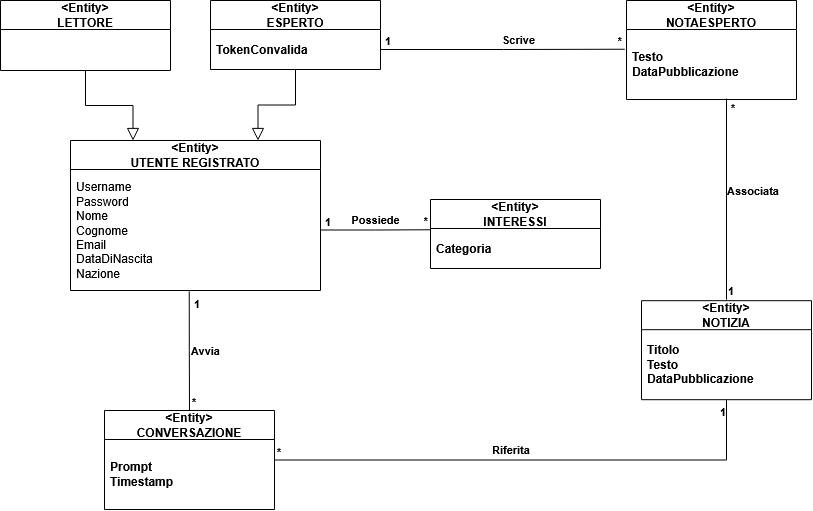
This is docs/diagrams_src/RAD_Diagrams/ClassDiagram.png from AndreaRainone/FARIS, a draw.io export, as it was before one commit. Source tidied: cells renumbered, new cells last; positions are measured from the earlier drawing's top-left corner, leaving out a move shared by most shapes.
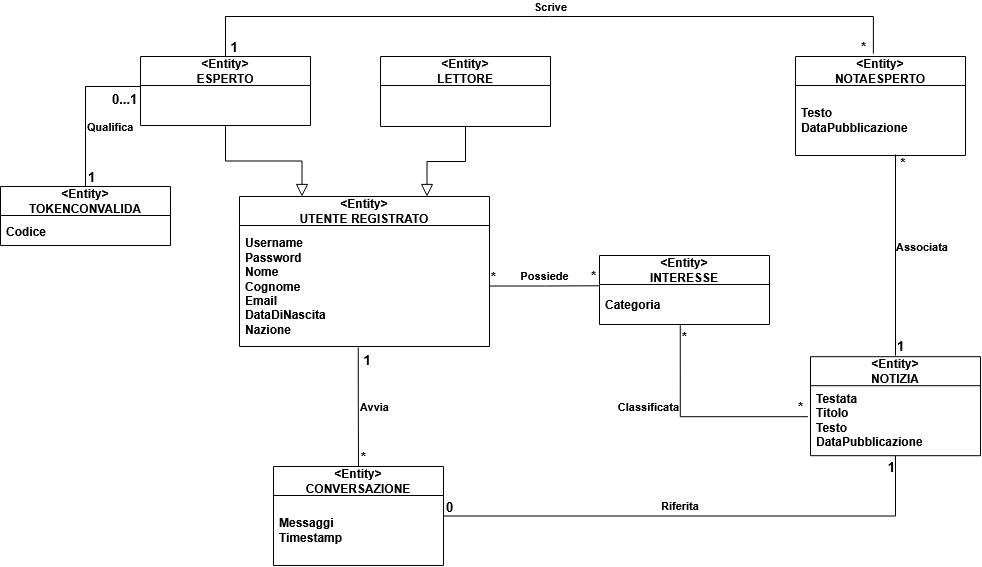
Later version of the same file.

Diff of the diagram source:
```diff
@@ -2,28 +2,25 @@
   <root>
     <mxCell id="0" />
     <mxCell id="1" parent="0" />
-    <mxCell id="2" style="edgeStyle=orthogonalEdgeStyle;rounded=0;jettySize=auto;html=1;defaultLabelBackgroundColor=page;endArrow=block;endFill=0;exitX=0.5;exitY=1;exitDx=0;exitDy=0;entryX=0.75;entryY=0;entryDx=0;entryDy=0;startSize=10;endSize=10;" parent="1" edge="1" source="7" target="3">
+    <mxCell id="2" style="edgeStyle=orthogonalEdgeStyle;rounded=0;jettySize=auto;html=1;defaultLabelBackgroundColor=page;endArrow=block;endFill=0;exitX=0.5;exitY=1;exitDx=0;exitDy=0;startSize=10;endSize=10;entryX=0.25;entryY=0;entryDx=0;entryDy=0;" parent="1" edge="1" source="7" target="3">
       <mxGeometry relative="1" as="geometry" />
     </mxCell>
     <mxCell id="3" value="&amp;lt;Entity&amp;gt;&lt;br&gt;UTENTE REGISTRATO" style="swimlane;fontStyle=1;align=center;verticalAlign=middle;horizontal=1;startSize=29;html=1;whiteSpace=wrap;" parent="1" vertex="1">
       <mxGeometry x="70" y="140" width="250" height="150" as="geometry" />
     </mxCell>
-    <mxCell id="4" value="&lt;div&gt;Username&lt;/div&gt;&lt;div&gt;Password&lt;br&gt;Nome&lt;/div&gt;&lt;div&gt;Cognome&lt;/div&gt;&lt;div&gt;Email&lt;/div&gt;&lt;div&gt;DataDiNascita&lt;/div&gt;&lt;div&gt;Nazione&lt;/div&gt;" style="text;html=1;strokeColor=none;fillColor=none;align=left;verticalAlign=middle;spacingLeft=4;spacingRight=4;overflow=hidden;points=[[0,0.5],[1,0.5]];portConstraint=eastwest;whiteSpace=wrap;" parent="3" vertex="1">
+    <mxCell id="4" value="&lt;div&gt;&lt;b&gt;Username&lt;/b&gt;&lt;/div&gt;&lt;div&gt;&lt;b&gt;Password&lt;br&gt;Nome&lt;/b&gt;&lt;/div&gt;&lt;div&gt;&lt;b&gt;Cognome&lt;/b&gt;&lt;/div&gt;&lt;div&gt;&lt;b&gt;Email&lt;/b&gt;&lt;/div&gt;&lt;div&gt;&lt;b&gt;DataDiNascita&lt;/b&gt;&lt;/div&gt;&lt;div&gt;&lt;b&gt;Nazione&lt;/b&gt;&lt;/div&gt;" style="text;html=1;strokeColor=none;fillColor=none;align=left;verticalAlign=middle;spacingLeft=4;spacingRight=4;overflow=hidden;points=[[0,0.5],[1,0.5]];portConstraint=eastwest;whiteSpace=wrap;" parent="3" vertex="1">
       <mxGeometry y="29" width="250" height="121" as="geometry" />
     </mxCell>
-    <mxCell id="5" style="edgeStyle=orthogonalEdgeStyle;rounded=0;jettySize=auto;html=1;entryX=0.25;entryY=0;entryDx=0;entryDy=0;defaultLabelBackgroundColor=page;endArrow=block;endFill=0;startSize=10;endSize=10;" parent="1" edge="1" source="6" target="3">
+    <mxCell id="5" style="edgeStyle=orthogonalEdgeStyle;rounded=0;jettySize=auto;html=1;defaultLabelBackgroundColor=page;endArrow=block;endFill=0;startSize=10;endSize=10;entryX=0.75;entryY=0;entryDx=0;entryDy=0;" parent="1" edge="1" source="6" target="3">
       <mxGeometry relative="1" as="geometry" />
     </mxCell>
     <mxCell id="6" value="&amp;lt;Entity&amp;gt;&lt;br&gt;LETTORE" style="swimlane;fontStyle=1;align=center;verticalAlign=middle;horizontal=1;startSize=29;html=1;whiteSpace=wrap;" parent="1" vertex="1">
-      <mxGeometry width="170" height="70" as="geometry" />
+      <mxGeometry x="211" width="170" height="70" as="geometry" />
     </mxCell>
     <mxCell id="7" value="&amp;lt;Entity&amp;gt;&lt;br&gt;ESPERTO" style="swimlane;fontStyle=1;align=center;verticalAlign=middle;horizontal=1;startSize=29;html=1;whiteSpace=wrap;" parent="1" vertex="1">
-      <mxGeometry x="210" width="170" height="69" as="geometry" />
+      <mxGeometry x="-29" width="170" height="69" as="geometry" />
     </mxCell>
-    <mxCell id="8" value="TokenConvalida" style="text;html=1;strokeColor=none;fillColor=none;align=left;verticalAlign=middle;spacingLeft=4;spacingRight=4;overflow=hidden;points=[[0,0.5],[1,0.5]];portConstraint=eastwest;whiteSpace=wrap;fontStyle=1;" parent="7" vertex="1">
-      <mxGeometry y="29" width="170" height="40" as="geometry" />
-    </mxCell>
-    <mxCell id="9" value="&amp;lt;Entity&amp;gt;&lt;br&gt;INTERESSI" style="swimlane;fontStyle=1;align=center;verticalAlign=middle;horizontal=1;startSize=29;html=1;whiteSpace=wrap;" parent="1" vertex="1">
+    <mxCell id="9" value="&amp;lt;Entity&amp;gt;&lt;br&gt;INTERESSE" style="swimlane;fontStyle=1;align=center;verticalAlign=middle;horizontal=1;startSize=29;html=1;whiteSpace=wrap;" parent="1" vertex="1">
       <mxGeometry x="430" y="199" width="170" height="69" as="geometry" />
     </mxCell>
     <mxCell id="10" value="Categoria" style="text;html=1;strokeColor=none;fillColor=none;align=left;verticalAlign=middle;spacingLeft=4;spacingRight=4;overflow=hidden;points=[[0,0.5],[1,0.5]];portConstraint=eastwest;whiteSpace=wrap;fontStyle=1;" parent="9" vertex="1">
@@ -38,42 +35,49 @@
     <mxCell id="13" value="&amp;lt;Entity&amp;gt;&lt;br&gt;CONVERSAZIONE" style="swimlane;fontStyle=1;align=center;verticalAlign=middle;horizontal=1;startSize=29;html=1;whiteSpace=wrap;" parent="1" vertex="1">
       <mxGeometry x="104" y="410" width="170" height="99" as="geometry" />
     </mxCell>
-    <mxCell id="14" value="Prompt&lt;div&gt;Timestamp&lt;/div&gt;" style="text;html=1;strokeColor=none;fillColor=none;align=left;verticalAlign=middle;spacingLeft=4;spacingRight=4;overflow=hidden;whiteSpace=wrap;fontStyle=1;" parent="13" vertex="1">
+    <mxCell id="14" value="Messaggi&lt;div&gt;Timestamp&lt;/div&gt;" style="text;html=1;strokeColor=none;fillColor=none;align=left;verticalAlign=middle;spacingLeft=4;spacingRight=4;overflow=hidden;whiteSpace=wrap;fontStyle=1;" parent="13" vertex="1">
       <mxGeometry y="29" width="170" height="70" as="geometry" />
     </mxCell>
     <mxCell id="15" value="&amp;lt;Entity&amp;gt;&lt;br&gt;NOTIZIA" style="swimlane;fontStyle=1;align=center;verticalAlign=middle;horizontal=1;startSize=29;html=1;whiteSpace=wrap;" parent="1" vertex="1">
       <mxGeometry x="641" y="300.2" width="170" height="99" as="geometry" />
     </mxCell>
-    <mxCell id="16" value="&lt;div&gt;Titolo&lt;br&gt;Testo&lt;br&gt;DataPubblicazione&lt;/div&gt;" style="text;html=1;strokeColor=none;fillColor=none;align=left;verticalAlign=middle;spacingLeft=4;spacingRight=4;overflow=hidden;points=[[0,0.5],[1,0.5]];portConstraint=eastwest;whiteSpace=wrap;fontStyle=1;" parent="15" vertex="1">
+    <mxCell id="16" value="&lt;div&gt;Testata&lt;br&gt;Titolo&lt;br&gt;Testo&lt;br&gt;DataPubblicazione&lt;/div&gt;" style="text;html=1;strokeColor=none;fillColor=none;align=left;verticalAlign=middle;spacingLeft=4;spacingRight=4;overflow=hidden;points=[[0,0.5],[1,0.5]];portConstraint=eastwest;whiteSpace=wrap;fontStyle=1;" parent="15" vertex="1">
       <mxGeometry y="29" width="170" height="70" as="geometry" />
     </mxCell>
     <mxCell id="17" value="Possiede" style="endArrow=none;html=1;endSize=12;startArrow=none;startSize=14;startFill=0;edgeStyle=orthogonalEdgeStyle;rounded=0;defaultLabelBackgroundColor=page;endFill=0;verticalAlign=bottom;entryX=0.002;entryY=0.032;entryDx=0;entryDy=0;entryPerimeter=0;fontStyle=1;" parent="1" edge="1" source="4" target="10">
       <mxGeometry relative="1" as="geometry" />
     </mxCell>
-    <mxCell id="18" value="&amp;nbsp;1" style="edgeLabel;html=1;align=left;verticalAlign=bottom;inheritText=1;fontStyle=1;defaultLabelBackgroundColor=page;" parent="17" vertex="1">
+    <mxCell id="18" value="*" style="edgeLabel;html=1;align=left;verticalAlign=bottom;inheritText=fontFamily,fontColor,textOpacity,labelBorderColor,labelBorderWidth,labelBackgroundColor,defaultLabelBackgroundColor,labelPadding;fontStyle=1;defaultLabelBackgroundColor=page;fontSize=13;" parent="17" vertex="1">
       <mxGeometry x="-1" relative="1" as="geometry" />
     </mxCell>
-    <mxCell id="19" value="*&amp;nbsp;" style="edgeLabel;html=1;align=right;verticalAlign=bottom;inheritText=fontFamily,fontSize,fontColor,fontStyle,textOpacity,labelBorderColor,labelBorderWidth,labelPadding;labelBackgroundColor=default;defaultLabelBackgroundColor=page;fontStyle=1;" parent="17" vertex="1">
+    <mxCell id="19" value="*&amp;nbsp;" style="edgeLabel;html=1;align=right;verticalAlign=bottom;inheritText=fontFamily,fontColor,textOpacity,labelBorderColor,labelBorderWidth,labelPadding;labelBackgroundColor=default;defaultLabelBackgroundColor=page;fontStyle=1;fontSize=13;" parent="17" vertex="1">
       <mxGeometry x="1" relative="1" as="geometry" />
     </mxCell>
-    <mxCell id="20" value="Scrive" style="endArrow=none;html=1;endSize=12;startArrow=none;startSize=14;startFill=0;edgeStyle=orthogonalEdgeStyle;rounded=0;defaultLabelBackgroundColor=page;endFill=0;verticalAlign=bottom;entryX=-0.01;entryY=0.282;entryDx=0;entryDy=0;entryPerimeter=0;labelPosition=center;verticalLabelPosition=middle;align=center;fontStyle=1;" parent="1" edge="1" source="8" target="12">
-      <mxGeometry x="0.13" relative="1" as="geometry" />
+    <mxCell id="20" value="Scrive" style="endArrow=none;html=1;endSize=12;startArrow=none;startSize=14;startFill=0;edgeStyle=orthogonalEdgeStyle;rounded=0;defaultLabelBackgroundColor=page;endFill=0;verticalAlign=bottom;entryX=0.458;entryY=-0.028;entryDx=0;entryDy=0;entryPerimeter=0;labelPosition=center;verticalLabelPosition=middle;align=center;fontStyle=1;exitX=0.5;exitY=0;exitDx=0;exitDy=0;" parent="1" edge="1" source="7" target="11">
+      <mxGeometry x="0.01" relative="1" as="geometry">
+        <Array as="points">
+          <mxPoint x="56" y="-40" />
+          <mxPoint x="703.9" y="-40" />
+        </Array>
+      </mxGeometry>
     </mxCell>
-    <mxCell id="21" value="&amp;nbsp;1" style="edgeLabel;html=1;align=left;verticalAlign=bottom;inheritText=1;fontStyle=1;defaultLabelBackgroundColor=page;" parent="20" vertex="1">
+    <mxCell id="21" value="&amp;nbsp;1" style="edgeLabel;html=1;align=left;verticalAlign=bottom;inheritText=fontFamily,fontColor,textOpacity,labelBorderColor,labelBorderWidth,labelBackgroundColor,defaultLabelBackgroundColor,labelPadding;fontStyle=1;defaultLabelBackgroundColor=page;fontSize=13;" parent="20" vertex="1">
       <mxGeometry x="-1" relative="1" as="geometry" />
     </mxCell>
-    <mxCell id="22" value="*&amp;nbsp;" style="edgeLabel;html=1;align=right;verticalAlign=bottom;inheritText=fontFamily,fontSize,fontColor,fontStyle,textOpacity,labelBorderColor,labelBorderWidth,labelPadding;labelBackgroundColor=default;defaultLabelBackgroundColor=page;fontStyle=1;" parent="20" vertex="1">
-      <mxGeometry x="1" relative="1" as="geometry" />
+    <mxCell id="22" value="*&amp;nbsp;" style="edgeLabel;html=1;align=right;verticalAlign=bottom;inheritText=fontFamily,fontColor,textOpacity,labelBorderColor,labelBorderWidth,labelPadding;labelBackgroundColor=default;defaultLabelBackgroundColor=page;fontStyle=1;fontSize=13;" parent="20" vertex="1">
+      <mxGeometry x="0.68" relative="1" as="geometry">
+        <mxPoint x="75" y="40" as="offset" />
+      </mxGeometry>
     </mxCell>
     <mxCell id="23" value="Avvia" style="endArrow=none;html=1;endSize=12;startArrow=none;startSize=14;startFill=0;edgeStyle=orthogonalEdgeStyle;rounded=0;defaultLabelBackgroundColor=page;endFill=0;verticalAlign=bottom;entryX=0.5;entryY=0;entryDx=0;entryDy=0;fontStyle=1;exitX=0.475;exitY=1.007;exitDx=0;exitDy=0;labelPosition=right;verticalLabelPosition=middle;align=left;exitPerimeter=0;" parent="1" edge="1" source="4" target="13">
       <mxGeometry x="0.16" relative="1" as="geometry" />
     </mxCell>
-    <mxCell id="24" value="&amp;nbsp;1" style="edgeLabel;html=1;align=left;verticalAlign=top;inheritText=1;fontStyle=1;defaultLabelBackgroundColor=page;" parent="23" vertex="1">
+    <mxCell id="24" value="&amp;nbsp;1" style="edgeLabel;html=1;align=left;verticalAlign=top;inheritText=fontFamily,fontColor,textOpacity,labelBorderColor,labelBorderWidth,labelBackgroundColor,defaultLabelBackgroundColor,labelPadding;fontStyle=1;defaultLabelBackgroundColor=page;fontSize=13;" parent="23" vertex="1">
       <mxGeometry x="-1" relative="1" as="geometry">
         <mxPoint y="-1" as="offset" />
       </mxGeometry>
     </mxCell>
-    <mxCell id="25" value="*&amp;nbsp;" style="edgeLabel;html=1;align=left;verticalAlign=bottom;inheritText=fontFamily,fontSize,fontColor,fontStyle,textOpacity,labelBorderColor,labelBorderWidth,labelPadding;labelBackgroundColor=default;defaultLabelBackgroundColor=page;fontStyle=1;labelPosition=right;verticalLabelPosition=middle;labelPerimeter=1;" parent="23" vertex="1">
+    <mxCell id="25" value="*&amp;nbsp;" style="edgeLabel;html=1;align=left;verticalAlign=bottom;inheritText=fontFamily,fontColor,textOpacity,labelBorderColor,labelBorderWidth,labelPadding;labelBackgroundColor=default;defaultLabelBackgroundColor=page;fontStyle=1;labelPosition=right;verticalLabelPosition=middle;labelPerimeter=1;fontSize=13;" parent="23" vertex="1">
       <mxGeometry x="1" relative="1" as="geometry">
         <mxPoint x="1" as="offset" />
       </mxGeometry>
@@ -84,26 +88,61 @@
         <mxPoint x="726" y="299.2" as="targetPoint" />
       </mxGeometry>
     </mxCell>
-    <mxCell id="27" value="&amp;nbsp;*" style="edgeLabel;html=1;align=left;verticalAlign=bottom;inheritText=1;fontStyle=1;defaultLabelBackgroundColor=page;" parent="26" vertex="1">
+    <mxCell id="27" value="&amp;nbsp;*" style="edgeLabel;html=1;align=left;verticalAlign=bottom;inheritText=fontFamily,fontColor,textOpacity,labelBorderColor,labelBorderWidth,labelBackgroundColor,defaultLabelBackgroundColor,labelPadding;fontStyle=1;defaultLabelBackgroundColor=page;fontSize=13;" parent="26" vertex="1">
       <mxGeometry x="0.35" relative="1" as="geometry">
         <mxPoint y="-118" as="offset" />
       </mxGeometry>
     </mxCell>
-    <mxCell id="28" value="1" style="edgeLabel;html=1;align=left;verticalAlign=bottom;inheritText=fontFamily,fontSize,fontColor,fontStyle,textOpacity,labelBorderColor,labelBorderWidth,labelPadding;labelBackgroundColor=default;defaultLabelBackgroundColor=page;fontStyle=1;labelPosition=right;verticalLabelPosition=middle;labelPerimeter=1;" parent="26" vertex="1">
+    <mxCell id="28" value="1" style="edgeLabel;html=1;align=left;verticalAlign=bottom;inheritText=fontFamily,fontColor,textOpacity,labelBorderColor,labelBorderWidth,labelPadding;labelBackgroundColor=default;defaultLabelBackgroundColor=page;fontStyle=1;labelPosition=right;verticalLabelPosition=middle;labelPerimeter=1;fontSize=13;" parent="26" vertex="1">
       <mxGeometry x="1" relative="1" as="geometry" />
     </mxCell>
     <mxCell id="29" value="Riferita" style="endArrow=none;html=1;endSize=12;startArrow=none;startSize=14;startFill=0;edgeStyle=orthogonalEdgeStyle;rounded=0;defaultLabelBackgroundColor=page;endFill=0;verticalAlign=bottom;entryX=1;entryY=0.5;entryDx=0;entryDy=0;fontStyle=1;exitX=0.5;exitY=1;exitDx=0;exitDy=0;labelPosition=right;verticalLabelPosition=middle;align=left;" parent="1" edge="1" source="15" target="13">
       <mxGeometry x="0.16" relative="1" as="geometry" />
     </mxCell>
-    <mxCell id="30" value="1" style="edgeLabel;html=1;align=right;verticalAlign=middle;inheritText=1;fontStyle=1;defaultLabelBackgroundColor=page;labelPosition=left;verticalLabelPosition=middle;labelPerimeter=1;" parent="29" vertex="1">
+    <mxCell id="30" value="1" style="edgeLabel;html=1;align=right;verticalAlign=middle;inheritText=fontFamily,fontColor,textOpacity,labelBorderColor,labelBorderWidth,labelBackgroundColor,defaultLabelBackgroundColor,labelPadding;fontStyle=1;defaultLabelBackgroundColor=page;labelPosition=left;verticalLabelPosition=middle;labelPerimeter=1;fontSize=13;" parent="29" vertex="1">
       <mxGeometry x="-1" relative="1" as="geometry">
         <mxPoint y="11" as="offset" />
       </mxGeometry>
     </mxCell>
-    <mxCell id="31" value="*&amp;nbsp;" style="edgeLabel;html=1;align=left;verticalAlign=bottom;inheritText=fontFamily,fontSize,fontColor,fontStyle,textOpacity,labelBorderColor,labelBorderWidth,labelPadding;labelBackgroundColor=default;defaultLabelBackgroundColor=page;fontStyle=1;labelPosition=right;verticalLabelPosition=middle;labelPerimeter=1;" parent="29" vertex="1">
+    <mxCell id="31" value="0" style="edgeLabel;html=1;align=left;verticalAlign=bottom;inheritText=fontFamily,fontColor,textOpacity,labelBorderColor,labelBorderWidth,labelPadding;labelBackgroundColor=default;defaultLabelBackgroundColor=page;fontStyle=1;labelPosition=right;verticalLabelPosition=middle;labelPerimeter=1;fontSize=13;" parent="29" vertex="1">
       <mxGeometry x="1" relative="1" as="geometry">
         <mxPoint x="1" as="offset" />
       </mxGeometry>
     </mxCell>
+    <mxCell id="32" value="&amp;lt;Entity&amp;gt;&lt;br&gt;TOKENCONVALIDA" style="swimlane;fontStyle=1;align=center;verticalAlign=middle;horizontal=1;startSize=29;html=1;whiteSpace=wrap;" parent="1" vertex="1">
+      <mxGeometry x="-169" y="130" width="170" height="59" as="geometry" />
+    </mxCell>
+    <mxCell id="33" value="&lt;b&gt;Codice&lt;/b&gt;" style="text;html=1;strokeColor=none;fillColor=none;align=left;verticalAlign=middle;spacingLeft=4;spacingRight=4;overflow=hidden;whiteSpace=wrap;" parent="1" vertex="1">
+      <mxGeometry x="-169" y="160" width="170" height="29" as="geometry" />
+    </mxCell>
+    <mxCell id="34" value="Qualifica" style="endArrow=none;html=1;endSize=12;startArrow=none;startSize=14;startFill=0;edgeStyle=orthogonalEdgeStyle;rounded=0;defaultLabelBackgroundColor=page;endFill=0;verticalAlign=bottom;entryX=0.5;entryY=0;entryDx=0;entryDy=0;fontStyle=1;labelPosition=right;verticalLabelPosition=middle;align=left;" parent="1" edge="1" target="32">
+      <mxGeometry x="0.35" relative="1" as="geometry">
+        <mxPoint x="-29" y="30" as="sourcePoint" />
+        <Array as="points">
+          <mxPoint x="-84" y="30" />
+        </Array>
+      </mxGeometry>
+    </mxCell>
+    <mxCell id="35" value="0...1" style="edgeLabel;html=1;align=left;verticalAlign=top;inheritText=fontFamily,fontColor,textOpacity,labelBorderColor,labelBorderWidth,labelBackgroundColor,defaultLabelBackgroundColor,labelPadding;fontStyle=1;defaultLabelBackgroundColor=page;fontSize=13;" parent="34" vertex="1">
+      <mxGeometry x="-1" relative="1" as="geometry">
+        <mxPoint x="-30" y="-1" as="offset" />
+      </mxGeometry>
+    </mxCell>
+    <mxCell id="36" value="1" style="edgeLabel;html=1;align=left;verticalAlign=bottom;inheritText=fontFamily,fontColor,textOpacity,labelBorderColor,labelBorderWidth,labelPadding;labelBackgroundColor=default;defaultLabelBackgroundColor=page;fontStyle=1;labelPosition=right;verticalLabelPosition=middle;labelPerimeter=1;fontSize=13;" parent="34" vertex="1">
+      <mxGeometry x="1" relative="1" as="geometry">
+        <mxPoint x="1" as="offset" />
+      </mxGeometry>
+    </mxCell>
+    <mxCell id="37" value="Classificata" style="endArrow=none;html=1;endSize=12;startArrow=none;startSize=14;startFill=0;edgeStyle=orthogonalEdgeStyle;rounded=0;defaultLabelBackgroundColor=page;endFill=0;verticalAlign=middle;entryX=-0.015;entryY=0.443;entryDx=0;entryDy=0;entryPerimeter=0;fontStyle=1;exitX=0.475;exitY=1.016;exitDx=0;exitDy=0;exitPerimeter=0;labelPosition=left;verticalLabelPosition=middle;align=right;" parent="1" edge="1" source="10" target="16">
+      <mxGeometry x="-0.26" relative="1" as="geometry" />
+    </mxCell>
+    <mxCell id="38" value="*" style="edgeLabel;html=1;align=left;verticalAlign=bottom;inheritText=fontFamily,fontColor,textOpacity,labelBorderColor,labelBorderWidth,labelBackgroundColor,defaultLabelBackgroundColor,labelPadding;fontStyle=1;defaultLabelBackgroundColor=page;fontSize=13;" parent="37" vertex="1">
+      <mxGeometry x="-1" relative="1" as="geometry">
+        <mxPoint y="21" as="offset" />
+      </mxGeometry>
+    </mxCell>
+    <mxCell id="39" value="*&amp;nbsp;" style="edgeLabel;html=1;align=right;verticalAlign=bottom;inheritText=fontFamily,fontColor,textOpacity,labelBorderColor,labelBorderWidth,labelPadding;labelBackgroundColor=default;defaultLabelBackgroundColor=page;fontStyle=1;fontSize=13;" parent="37" vertex="1">
+      <mxGeometry x="1" relative="1" as="geometry" />
+    </mxCell>
   </root>
 </mxGraphModel>
```
